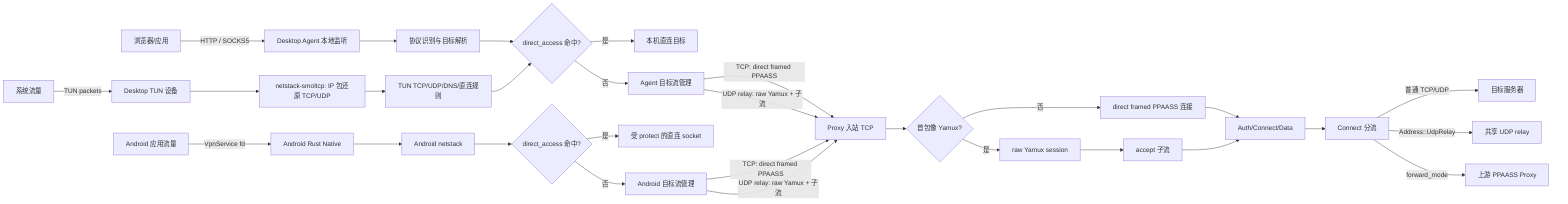
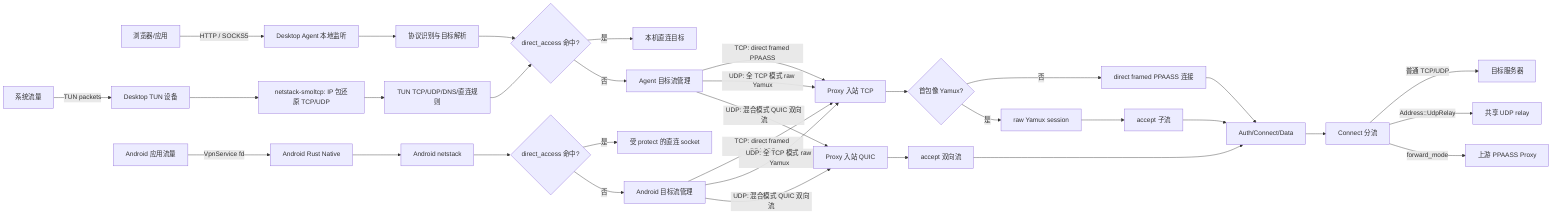
flowchart LR
    Browser["浏览器/应用"] -->|"HTTP / SOCKS5"| AgentListen["Desktop Agent 本地监听"]
    OS["系统流量"] -->|"TUN packets"| TunDevice["Desktop TUN 设备"]
    AndroidApps["Android 应用流量"] -->|"VpnService fd"| AndroidNative["Android Rust Native"]

    AgentListen --> AgentRouter["协议识别与目标解析"]
    TunDevice --> Netstack["netstack-smoltcp: IP 包还原 TCP/UDP"]
    Netstack --> TunRouter["TUN TCP/UDP/DNS/直连规则"]
    AndroidNative --> AndroidNetstack["Android netstack"]

    AgentRouter --> DirectCheck{"direct_access 命中?"}
    TunRouter --> DirectCheck
    AndroidNetstack --> AndroidDirect{"direct_access 命中?"}

    DirectCheck -->|"是"| LocalTarget["本机直连目标"]
    AndroidDirect -->|"是"| AndroidDirectSocket["受 protect 的直连 socket"]

    DirectCheck -->|"否"| AgentStreams["Agent 目标流管理"]
    AndroidDirect -->|"否"| AndroidStreams["Android 目标流管理"]

    AgentStreams -->|"TCP: direct framed PPAASS"| ProxyInbound["Proxy 入站 TCP"]
-     AgentStreams -->|"UDP relay: raw Yamux + 子流"| ProxyInbound
+     AgentStreams -->|"UDP: 全 TCP 模式 raw Yamux"| ProxyInbound
+     AgentStreams -->|"UDP: 混合模式 QUIC 双向流"| ProxyQuic["Proxy 入站 QUIC"]
    AndroidStreams -->|"TCP: direct framed PPAASS"| ProxyInbound
-     AndroidStreams -->|"UDP relay: raw Yamux + 子流"| ProxyInbound
+     AndroidStreams -->|"UDP: 全 TCP 模式 raw Yamux"| ProxyInbound
+     AndroidStreams -->|"UDP: 混合模式 QUIC 双向流"| ProxyQuic

    ProxyInbound --> Peek{"首包像 Yamux?"}
    Peek -->|"否"| DirectFramed["direct framed PPAASS 连接"]
    Peek -->|"是"| YamuxAccept["raw Yamux session"]
    YamuxAccept --> Substream["accept 子流"]
+     ProxyQuic --> QuicStream["accept 双向流"]
    DirectFramed --> Auth["Auth/Connect/Data"]
    Substream --> Auth
+     QuicStream --> Auth
    Auth --> ConnectDispatch["Connect 分流"]
    ConnectDispatch -->|"普通 TCP/UDP"| Target["目标服务器"]
    ConnectDispatch -->|"Address::UdpRelay"| UdpRelay["共享 UDP relay"]
    ConnectDispatch -->|"forward_mode"| Upstream["上游 PPAASS Proxy"]
